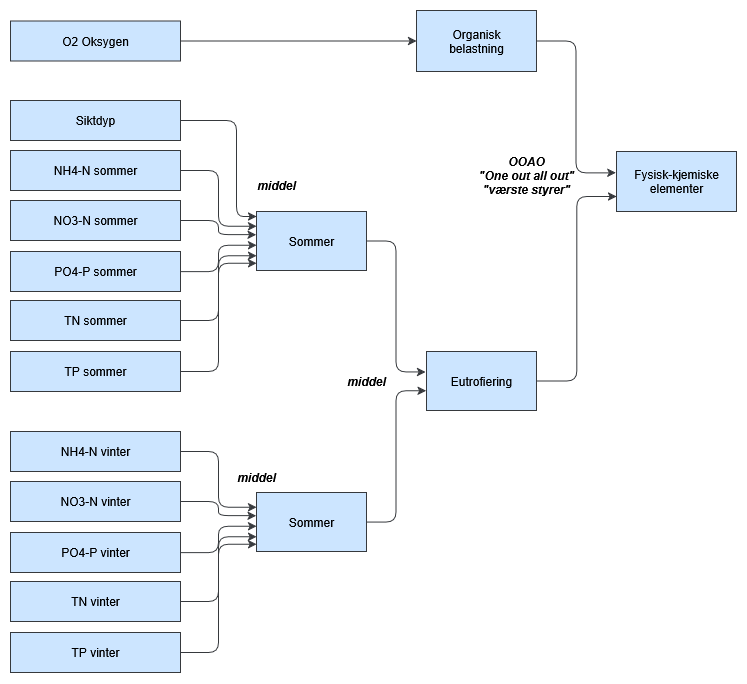
Above: martini2.drawio.png in ciaran-dk/flowchart (draw.io), before the change. Source tidied: cells renumbered, new cells last; positions are measured from the earlier drawing's top-left corner, leaving out a move shared by most shapes.
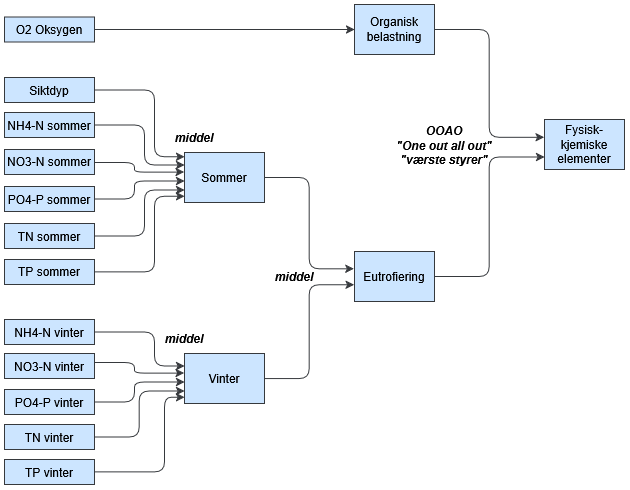
After the change.

Diff of the diagram source:
```diff
@@ -3,127 +3,155 @@
     <mxCell id="0" />
     <mxCell id="1" parent="0" />
     <mxCell id="2" value="Fysisk-kjemiske elementer" style="whiteSpace=wrap;html=1;labelBackgroundColor=none;fillColor=#cce5ff;strokeColor=#36393d;fontColor=#000000;" parent="1" vertex="1">
-      <mxGeometry x="606" y="141" width="120" height="60" as="geometry" />
+      <mxGeometry x="510" y="20" width="80" height="50" as="geometry" />
     </mxCell>
     <mxCell id="3" style="edgeStyle=elbowEdgeStyle;elbow=horizontal;html=1;rounded=1;curved=0;sourcePerimeterSpacing=0;targetPerimeterSpacing=0;startSize=6;endSize=6;entryX=0;entryY=0.75;entryDx=0;entryDy=0;labelBackgroundColor=none;fontColor=#000000;fillColor=#cce5ff;strokeColor=#36393d;exitX=1;exitY=0.5;exitDx=0;exitDy=0;" parent="1" edge="1" source="35" target="2">
       <mxGeometry relative="1" as="geometry" />
     </mxCell>
     <mxCell id="4" value="Sommer" style="whiteSpace=wrap;html=1;labelBackgroundColor=none;fillColor=#cce5ff;strokeColor=#36393d;fontColor=#000000;" parent="1" vertex="1">
-      <mxGeometry x="246" y="201" width="110" height="59" as="geometry" />
+      <mxGeometry x="150" y="53" width="80" height="50" as="geometry" />
     </mxCell>
     <mxCell id="5" style="edgeStyle=elbowEdgeStyle;elbow=horizontal;html=1;rounded=1;curved=0;sourcePerimeterSpacing=0;targetPerimeterSpacing=0;startSize=6;endSize=6;labelBackgroundColor=none;fontColor=#000000;fillColor=#cce5ff;strokeColor=#36393d;entryX=-0.007;entryY=0.346;entryDx=0;entryDy=0;entryPerimeter=0;" parent="1" edge="1" source="4" target="35">
       <mxGeometry relative="1" as="geometry" />
     </mxCell>
     <mxCell id="6" value="NH4-N sommer" style="whiteSpace=wrap;html=1;labelBackgroundColor=none;fillColor=#cce5ff;strokeColor=#36393d;fontColor=#000000;" parent="1" vertex="1">
-      <mxGeometry y="140" width="170" height="40" as="geometry" />
+      <mxGeometry x="-30" y="13" width="90" height="25" as="geometry" />
     </mxCell>
-    <mxCell id="7" style="edgeStyle=elbowEdgeStyle;elbow=horizontal;html=1;rounded=1;curved=0;sourcePerimeterSpacing=0;targetPerimeterSpacing=0;startSize=6;endSize=6;labelBackgroundColor=none;fontColor=#000000;fillColor=#cce5ff;strokeColor=#36393d;entryX=0;entryY=0.25;entryDx=0;entryDy=0;" parent="1" edge="1" source="6" target="4">
-      <mxGeometry relative="1" as="geometry" />
+    <mxCell id="7" style="edgeStyle=elbowEdgeStyle;elbow=horizontal;html=1;rounded=1;curved=0;sourcePerimeterSpacing=0;targetPerimeterSpacing=0;startSize=6;endSize=6;labelBackgroundColor=none;fontColor=#000000;fillColor=#cce5ff;strokeColor=#36393d;entryX=0;entryY=0.25;entryDx=0;entryDy=0;exitX=1;exitY=0.5;exitDx=0;exitDy=0;" parent="1" edge="1" source="6" target="4">
+      <mxGeometry relative="1" as="geometry">
+        <Array as="points">
+          <mxPoint x="110" y="33" />
+        </Array>
+      </mxGeometry>
     </mxCell>
     <mxCell id="8" value="Siktdyp" style="whiteSpace=wrap;html=1;labelBackgroundColor=none;fillColor=#cce5ff;strokeColor=#36393d;fontColor=#000000;" parent="1" vertex="1">
-      <mxGeometry y="90" width="170" height="40" as="geometry" />
+      <mxGeometry x="-30" y="-22" width="90" height="25" as="geometry" />
     </mxCell>
     <mxCell id="9" style="edgeStyle=elbowEdgeStyle;elbow=horizontal;html=1;rounded=1;curved=0;sourcePerimeterSpacing=0;targetPerimeterSpacing=0;startSize=6;endSize=6;entryX=0;entryY=0.085;entryDx=0;entryDy=0;labelBackgroundColor=none;fontColor=#000000;fillColor=#cce5ff;strokeColor=#36393d;entryPerimeter=0;" parent="1" edge="1" source="8" target="4">
       <mxGeometry relative="1" as="geometry">
         <Array as="points">
-          <mxPoint x="226" y="151" />
+          <mxPoint x="120" y="13" />
         </Array>
       </mxGeometry>
     </mxCell>
     <mxCell id="10" value="&lt;div&gt;Organisk&lt;/div&gt;&lt;div&gt;belastning&lt;/div&gt;" style="whiteSpace=wrap;html=1;labelBackgroundColor=none;fillColor=#cce5ff;strokeColor=#36393d;fontColor=#000000;" parent="1" vertex="1">
-      <mxGeometry x="406" width="120" height="61" as="geometry" />
+      <mxGeometry x="320" y="-95" width="80" height="50" as="geometry" />
     </mxCell>
     <mxCell id="11" style="edgeStyle=elbowEdgeStyle;elbow=horizontal;html=1;rounded=1;curved=0;sourcePerimeterSpacing=0;targetPerimeterSpacing=0;startSize=6;endSize=6;entryX=-0.006;entryY=0.356;entryDx=0;entryDy=0;labelBackgroundColor=none;fontColor=#000000;fillColor=#cce5ff;strokeColor=#36393d;entryPerimeter=0;" parent="1" edge="1" source="10" target="2">
       <mxGeometry relative="1" as="geometry" />
     </mxCell>
     <mxCell id="12" value="O2 Oksygen" style="whiteSpace=wrap;html=1;labelBackgroundColor=none;fillColor=#cce5ff;strokeColor=#36393d;fontColor=#000000;" parent="1" vertex="1">
-      <mxGeometry y="10.5" width="170" height="40" as="geometry" />
+      <mxGeometry x="-30" y="-82.5" width="90" height="25" as="geometry" />
     </mxCell>
     <mxCell id="13" style="edgeStyle=elbowEdgeStyle;elbow=horizontal;html=1;rounded=1;curved=0;sourcePerimeterSpacing=0;targetPerimeterSpacing=0;startSize=6;endSize=6;entryX=0;entryY=0.5;entryDx=0;entryDy=0;labelBackgroundColor=none;fontColor=#000000;fillColor=#cce5ff;strokeColor=#36393d;" parent="1" edge="1" source="12" target="10">
       <mxGeometry relative="1" as="geometry" />
     </mxCell>
     <mxCell id="14" value="NO3-N sommer" style="whiteSpace=wrap;html=1;labelBackgroundColor=none;fillColor=#cce5ff;strokeColor=#36393d;fontColor=#000000;" parent="1" vertex="1">
-      <mxGeometry y="190" width="170" height="40" as="geometry" />
+      <mxGeometry x="-30" y="50" width="90" height="25" as="geometry" />
     </mxCell>
     <mxCell id="15" style="edgeStyle=elbowEdgeStyle;elbow=horizontal;html=1;rounded=1;curved=0;sourcePerimeterSpacing=0;targetPerimeterSpacing=0;startSize=6;endSize=6;entryX=-0.004;entryY=0.392;entryDx=0;entryDy=0;labelBackgroundColor=none;fontColor=#000000;fillColor=#cce5ff;strokeColor=#36393d;entryPerimeter=0;" parent="1" edge="1" source="14" target="4">
-      <mxGeometry relative="1" as="geometry" />
+      <mxGeometry relative="1" as="geometry">
+        <Array as="points">
+          <mxPoint x="100" y="63" />
+        </Array>
+      </mxGeometry>
     </mxCell>
     <mxCell id="16" value="&lt;div&gt;OOAO&lt;/div&gt;&lt;div&gt;&quot;One out all out&quot;&lt;/div&gt;&lt;div&gt;&quot;værste styrer&quot;&lt;/div&gt;" style="text;html=1;align=center;verticalAlign=middle;whiteSpace=wrap;rounded=0;fontColor=#000000;fontStyle=3;" parent="1" vertex="1">
-      <mxGeometry x="446" y="150" width="140" height="30" as="geometry" />
+      <mxGeometry x="340" y="31" width="140" height="30" as="geometry" />
     </mxCell>
-    <mxCell id="17" style="edgeStyle=elbowEdgeStyle;elbow=horizontal;html=1;rounded=1;curved=0;sourcePerimeterSpacing=0;targetPerimeterSpacing=0;startSize=6;endSize=6;entryX=0;entryY=0.57;entryDx=0;entryDy=0;labelBackgroundColor=none;fontColor=#000000;fillColor=#cce5ff;strokeColor=#36393d;entryPerimeter=0;" parent="1" edge="1" target="4">
+    <mxCell id="17" style="edgeStyle=elbowEdgeStyle;elbow=horizontal;html=1;rounded=1;curved=0;sourcePerimeterSpacing=0;targetPerimeterSpacing=0;startSize=6;endSize=6;entryX=0;entryY=0.57;entryDx=0;entryDy=0;labelBackgroundColor=none;fontColor=#000000;fillColor=#cce5ff;strokeColor=#36393d;entryPerimeter=0;exitX=1;exitY=0.5;exitDx=0;exitDy=0;" parent="1" edge="1" source="18" target="4">
       <mxGeometry relative="1" as="geometry">
-        <mxPoint x="170" y="261" as="sourcePoint" />
+        <Array as="points">
+          <mxPoint x="100" y="103" />
+        </Array>
       </mxGeometry>
     </mxCell>
     <mxCell id="18" value="PO4-P sommer" style="whiteSpace=wrap;html=1;labelBackgroundColor=none;fillColor=#cce5ff;strokeColor=#36393d;fontColor=#000000;" parent="1" vertex="1">
-      <mxGeometry y="241" width="170" height="40" as="geometry" />
+      <mxGeometry x="-30" y="87" width="90" height="25" as="geometry" />
     </mxCell>
     <mxCell id="19" value="TN sommer" style="whiteSpace=wrap;html=1;labelBackgroundColor=none;fillColor=#cce5ff;strokeColor=#36393d;fontColor=#000000;" parent="1" vertex="1">
-      <mxGeometry y="290" width="170" height="40" as="geometry" />
+      <mxGeometry x="-30" y="124" width="90" height="25" as="geometry" />
     </mxCell>
-    <mxCell id="20" style="edgeStyle=elbowEdgeStyle;elbow=horizontal;html=1;rounded=1;curved=0;sourcePerimeterSpacing=0;targetPerimeterSpacing=0;startSize=6;endSize=6;entryX=0;entryY=0.75;entryDx=0;entryDy=0;labelBackgroundColor=none;fontColor=#000000;fillColor=#cce5ff;strokeColor=#36393d;" parent="1" edge="1" target="4">
+    <mxCell id="20" style="edgeStyle=elbowEdgeStyle;elbow=horizontal;html=1;rounded=1;curved=0;sourcePerimeterSpacing=0;targetPerimeterSpacing=0;startSize=6;endSize=6;entryX=0;entryY=0.75;entryDx=0;entryDy=0;labelBackgroundColor=none;fontColor=#000000;fillColor=#cce5ff;strokeColor=#36393d;exitX=1;exitY=0.5;exitDx=0;exitDy=0;" parent="1" edge="1" source="19" target="4">
       <mxGeometry relative="1" as="geometry">
-        <mxPoint x="170" y="310" as="sourcePoint" />
+        <Array as="points">
+          <mxPoint x="110" y="133" />
+        </Array>
       </mxGeometry>
     </mxCell>
     <mxCell id="21" value="TP sommer" style="whiteSpace=wrap;html=1;labelBackgroundColor=none;fillColor=#cce5ff;strokeColor=#36393d;fontColor=#000000;" parent="1" vertex="1">
-      <mxGeometry y="341" width="170" height="40" as="geometry" />
+      <mxGeometry x="-30" y="160" width="90" height="25" as="geometry" />
     </mxCell>
-    <mxCell id="22" style="edgeStyle=elbowEdgeStyle;elbow=horizontal;html=1;rounded=1;curved=0;sourcePerimeterSpacing=0;targetPerimeterSpacing=0;startSize=6;endSize=6;entryX=0;entryY=0.877;entryDx=0;entryDy=0;labelBackgroundColor=none;fontColor=#000000;fillColor=#cce5ff;strokeColor=#36393d;entryPerimeter=0;" parent="1" edge="1" source="21" target="4">
-      <mxGeometry relative="1" as="geometry" />
+    <mxCell id="22" style="edgeStyle=elbowEdgeStyle;elbow=horizontal;html=1;rounded=1;curved=0;sourcePerimeterSpacing=0;targetPerimeterSpacing=0;startSize=6;endSize=6;entryX=0;entryY=0.877;entryDx=0;entryDy=0;labelBackgroundColor=none;fontColor=#000000;fillColor=#cce5ff;strokeColor=#36393d;entryPerimeter=0;exitX=1;exitY=0.5;exitDx=0;exitDy=0;" parent="1" edge="1" source="21" target="4">
+      <mxGeometry relative="1" as="geometry">
+        <Array as="points">
+          <mxPoint x="120" y="163" />
+        </Array>
+      </mxGeometry>
     </mxCell>
-    <mxCell id="23" value="Sommer" style="whiteSpace=wrap;html=1;labelBackgroundColor=none;fillColor=#cce5ff;strokeColor=#36393d;fontColor=#000000;" parent="1" vertex="1">
-      <mxGeometry x="246" y="482" width="110" height="59" as="geometry" />
+    <mxCell id="23" value="&lt;div&gt;Vinter&lt;/div&gt;" style="whiteSpace=wrap;html=1;labelBackgroundColor=none;fillColor=#cce5ff;strokeColor=#36393d;fontColor=#000000;" parent="1" vertex="1">
+      <mxGeometry x="150" y="254" width="80" height="50" as="geometry" />
     </mxCell>
     <mxCell id="24" style="edgeStyle=elbowEdgeStyle;elbow=horizontal;html=1;rounded=1;curved=0;sourcePerimeterSpacing=0;targetPerimeterSpacing=0;startSize=6;endSize=6;labelBackgroundColor=none;fontColor=#000000;fillColor=#cce5ff;strokeColor=#36393d;entryX=-0.004;entryY=0.664;entryDx=0;entryDy=0;entryPerimeter=0;" parent="1" edge="1" source="23" target="35">
       <mxGeometry relative="1" as="geometry" />
     </mxCell>
     <mxCell id="25" value="NH4-N vinter" style="whiteSpace=wrap;html=1;labelBackgroundColor=none;fillColor=#cce5ff;strokeColor=#36393d;fontColor=#000000;" parent="1" vertex="1">
-      <mxGeometry y="421" width="170" height="40" as="geometry" />
+      <mxGeometry x="-30" y="220" width="90" height="25" as="geometry" />
     </mxCell>
-    <mxCell id="26" style="edgeStyle=elbowEdgeStyle;elbow=horizontal;html=1;rounded=1;curved=0;sourcePerimeterSpacing=0;targetPerimeterSpacing=0;startSize=6;endSize=6;labelBackgroundColor=none;fontColor=#000000;fillColor=#cce5ff;strokeColor=#36393d;entryX=0;entryY=0.25;entryDx=0;entryDy=0;" parent="1" edge="1" source="25" target="23">
-      <mxGeometry relative="1" as="geometry" />
+    <mxCell id="26" style="edgeStyle=elbowEdgeStyle;elbow=horizontal;html=1;rounded=1;curved=0;sourcePerimeterSpacing=0;targetPerimeterSpacing=0;startSize=6;endSize=6;labelBackgroundColor=none;fontColor=#000000;fillColor=#cce5ff;strokeColor=#36393d;entryX=0;entryY=0.25;entryDx=0;entryDy=0;exitX=1;exitY=0.5;exitDx=0;exitDy=0;" parent="1" edge="1" source="25" target="23">
+      <mxGeometry relative="1" as="geometry">
+        <Array as="points">
+          <mxPoint x="120" y="243" />
+        </Array>
+      </mxGeometry>
     </mxCell>
     <mxCell id="27" value="NO3-N&amp;nbsp;vinter" style="whiteSpace=wrap;html=1;labelBackgroundColor=none;fillColor=#cce5ff;strokeColor=#36393d;fontColor=#000000;" parent="1" vertex="1">
-      <mxGeometry y="471" width="170" height="40" as="geometry" />
+      <mxGeometry x="-30" y="254" width="90" height="25" as="geometry" />
     </mxCell>
     <mxCell id="28" style="edgeStyle=elbowEdgeStyle;elbow=horizontal;html=1;rounded=1;curved=0;sourcePerimeterSpacing=0;targetPerimeterSpacing=0;startSize=6;endSize=6;entryX=-0.004;entryY=0.392;entryDx=0;entryDy=0;labelBackgroundColor=none;fontColor=#000000;fillColor=#cce5ff;strokeColor=#36393d;entryPerimeter=0;" parent="1" edge="1" source="27" target="23">
-      <mxGeometry relative="1" as="geometry" />
+      <mxGeometry relative="1" as="geometry">
+        <Array as="points">
+          <mxPoint x="100" y="263" />
+        </Array>
+      </mxGeometry>
     </mxCell>
-    <mxCell id="29" style="edgeStyle=elbowEdgeStyle;elbow=horizontal;html=1;rounded=1;curved=0;sourcePerimeterSpacing=0;targetPerimeterSpacing=0;startSize=6;endSize=6;entryX=0;entryY=0.57;entryDx=0;entryDy=0;labelBackgroundColor=none;fontColor=#000000;fillColor=#cce5ff;strokeColor=#36393d;entryPerimeter=0;" parent="1" edge="1" target="23">
+    <mxCell id="29" style="edgeStyle=elbowEdgeStyle;elbow=horizontal;html=1;rounded=1;curved=0;sourcePerimeterSpacing=0;targetPerimeterSpacing=0;startSize=6;endSize=6;entryX=0;entryY=0.57;entryDx=0;entryDy=0;labelBackgroundColor=none;fontColor=#000000;fillColor=#cce5ff;strokeColor=#36393d;entryPerimeter=0;exitX=1;exitY=0.5;exitDx=0;exitDy=0;" parent="1" edge="1" source="30" target="23">
       <mxGeometry relative="1" as="geometry">
-        <mxPoint x="170" y="542" as="sourcePoint" />
+        <Array as="points">
+          <mxPoint x="100" y="303" />
+        </Array>
       </mxGeometry>
     </mxCell>
     <mxCell id="30" value="PO4-P&amp;nbsp;vinter" style="whiteSpace=wrap;html=1;labelBackgroundColor=none;fillColor=#cce5ff;strokeColor=#36393d;fontColor=#000000;" parent="1" vertex="1">
-      <mxGeometry y="522" width="170" height="40" as="geometry" />
+      <mxGeometry x="-30" y="290" width="90" height="25" as="geometry" />
     </mxCell>
     <mxCell id="31" value="TN&amp;nbsp;vinter" style="whiteSpace=wrap;html=1;labelBackgroundColor=none;fillColor=#cce5ff;strokeColor=#36393d;fontColor=#000000;" parent="1" vertex="1">
-      <mxGeometry y="571" width="170" height="40" as="geometry" />
+      <mxGeometry x="-30" y="325" width="90" height="25" as="geometry" />
     </mxCell>
-    <mxCell id="32" style="edgeStyle=elbowEdgeStyle;elbow=horizontal;html=1;rounded=1;curved=0;sourcePerimeterSpacing=0;targetPerimeterSpacing=0;startSize=6;endSize=6;entryX=0;entryY=0.75;entryDx=0;entryDy=0;labelBackgroundColor=none;fontColor=#000000;fillColor=#cce5ff;strokeColor=#36393d;" parent="1" edge="1" target="23">
-      <mxGeometry relative="1" as="geometry">
-        <mxPoint x="170" y="591" as="sourcePoint" />
-      </mxGeometry>
+    <mxCell id="32" style="edgeStyle=elbowEdgeStyle;elbow=horizontal;html=1;rounded=1;curved=0;sourcePerimeterSpacing=0;targetPerimeterSpacing=0;startSize=6;endSize=6;entryX=0;entryY=0.75;entryDx=0;entryDy=0;labelBackgroundColor=none;fontColor=#000000;fillColor=#cce5ff;strokeColor=#36393d;exitX=1;exitY=0.5;exitDx=0;exitDy=0;" parent="1" edge="1" source="31" target="23">
+      <mxGeometry relative="1" as="geometry" />
     </mxCell>
     <mxCell id="33" value="TP&amp;nbsp;vinter" style="whiteSpace=wrap;html=1;labelBackgroundColor=none;fillColor=#cce5ff;strokeColor=#36393d;fontColor=#000000;" parent="1" vertex="1">
-      <mxGeometry y="622" width="170" height="40" as="geometry" />
+      <mxGeometry x="-30" y="360" width="90" height="25" as="geometry" />
     </mxCell>
-    <mxCell id="34" style="edgeStyle=elbowEdgeStyle;elbow=horizontal;html=1;rounded=1;curved=0;sourcePerimeterSpacing=0;targetPerimeterSpacing=0;startSize=6;endSize=6;entryX=0;entryY=0.877;entryDx=0;entryDy=0;labelBackgroundColor=none;fontColor=#000000;fillColor=#cce5ff;strokeColor=#36393d;entryPerimeter=0;" parent="1" edge="1" source="33" target="23">
-      <mxGeometry relative="1" as="geometry" />
+    <mxCell id="34" style="edgeStyle=elbowEdgeStyle;elbow=horizontal;html=1;rounded=1;curved=0;sourcePerimeterSpacing=0;targetPerimeterSpacing=0;startSize=6;endSize=6;entryX=0;entryY=0.877;entryDx=0;entryDy=0;labelBackgroundColor=none;fontColor=#000000;fillColor=#cce5ff;strokeColor=#36393d;entryPerimeter=0;exitX=1;exitY=0.5;exitDx=0;exitDy=0;" parent="1" edge="1" source="33" target="23">
+      <mxGeometry relative="1" as="geometry">
+        <Array as="points">
+          <mxPoint x="130" y="363" />
+        </Array>
+      </mxGeometry>
     </mxCell>
     <mxCell id="35" value="Eutrofiering" style="whiteSpace=wrap;html=1;labelBackgroundColor=none;fillColor=#cce5ff;strokeColor=#36393d;fontColor=#000000;" parent="1" vertex="1">
-      <mxGeometry x="416" y="341" width="110" height="59" as="geometry" />
+      <mxGeometry x="320" y="152" width="80" height="50" as="geometry" />
     </mxCell>
     <mxCell id="36" value="middel" style="text;html=1;align=center;verticalAlign=middle;whiteSpace=wrap;rounded=0;fontColor=#000000;fontStyle=3;" parent="1" vertex="1">
-      <mxGeometry x="326" y="355.5" width="60" height="30" as="geometry" />
+      <mxGeometry x="230" y="161.5" width="60" height="30" as="geometry" />
     </mxCell>
     <mxCell id="37" value="middel" style="text;html=1;align=center;verticalAlign=middle;whiteSpace=wrap;rounded=0;fontColor=#000000;fontStyle=3;" parent="1" vertex="1">
-      <mxGeometry x="216" y="452" width="60" height="30" as="geometry" />
+      <mxGeometry x="120" y="224" width="60" height="30" as="geometry" />
     </mxCell>
     <mxCell id="38" value="middel" style="text;html=1;align=center;verticalAlign=middle;whiteSpace=wrap;rounded=0;fontColor=#000000;fontStyle=3;" parent="1" vertex="1">
-      <mxGeometry x="236" y="160" width="60" height="30" as="geometry" />
+      <mxGeometry x="130" y="23" width="60" height="30" as="geometry" />
     </mxCell>
   </root>
 </mxGraphModel>
```
